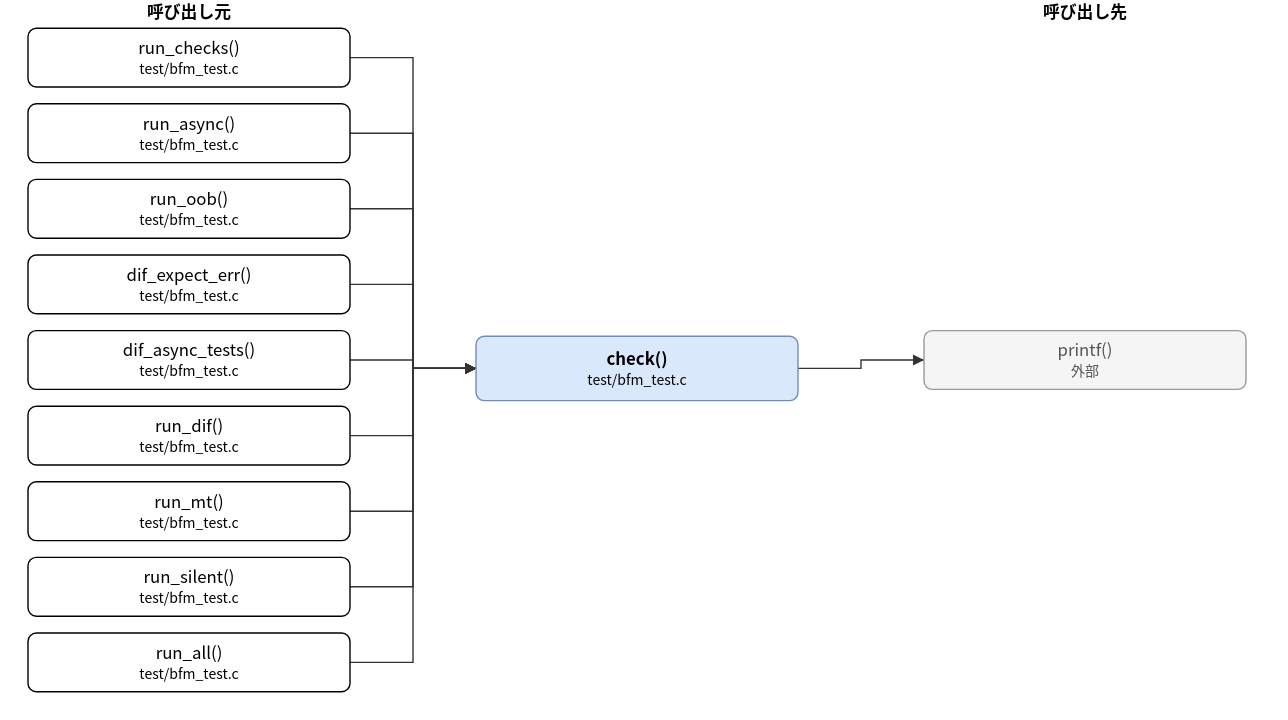
This is doc/spec/images/call_test_bfm_test-check.drawio.svg from hf355051012-ai/bfmem, a draw.io export, as it was before one commit. Source tidied: cells renumbered, new cells last; positions are measured from the earlier drawing's top-left corner, leaving out a move shared by most shapes.
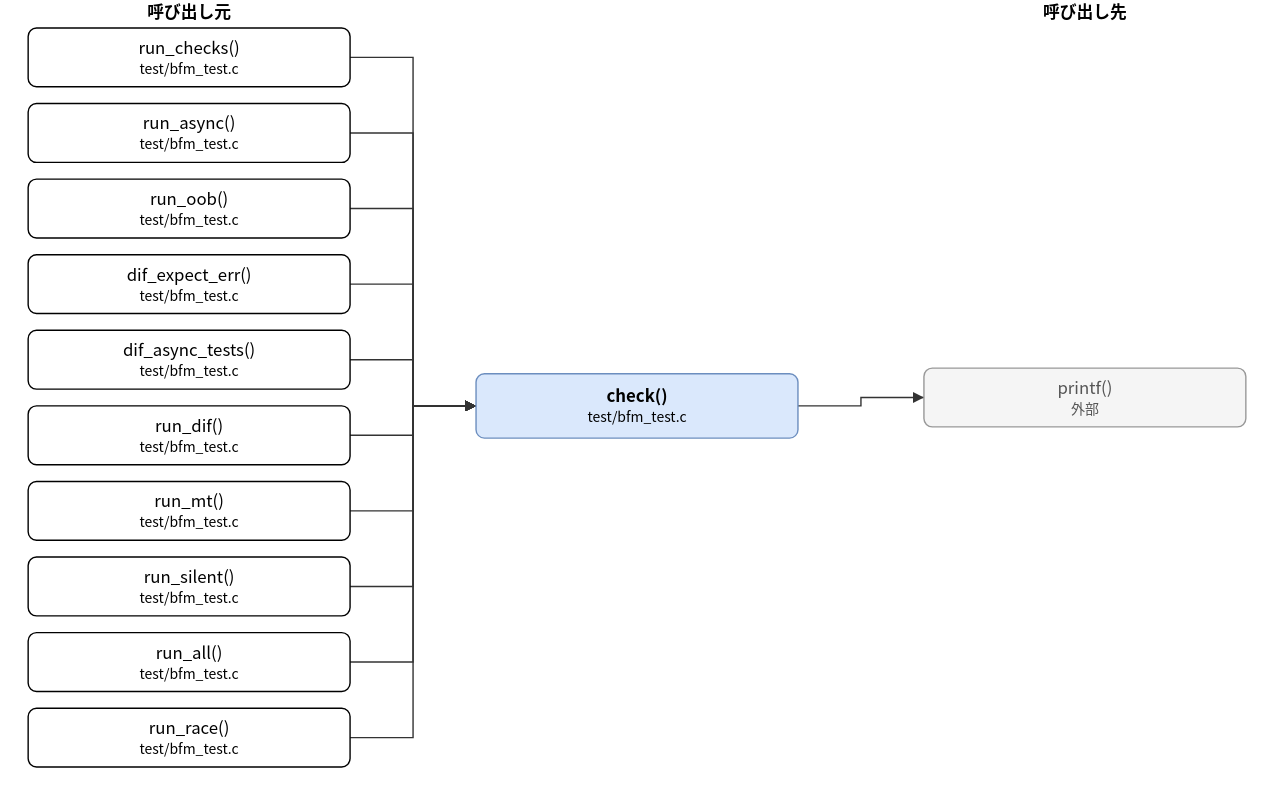
Above is the later version.

Change to the diagram source:
```diff
@@ -3,7 +3,7 @@
     <mxCell id="0" />
     <mxCell id="1" parent="0" />
     <mxCell id="2" value="check()&lt;br&gt;&lt;font style=&quot;font-size:10px&quot;&gt;test/bfm_test.c&lt;/font&gt;" style="rounded=1;whiteSpace=wrap;html=1;fillColor=#dae8fc;strokeColor=#6c8ebf;fontStyle=1;" parent="1" vertex="1">
-      <mxGeometry x="320" y="240" width="230" height="46" as="geometry" />
+      <mxGeometry x="320" y="267" width="230" height="46" as="geometry" />
     </mxCell>
     <mxCell id="3" value="run_checks()&lt;br&gt;&lt;font style=&quot;font-size:10px&quot;&gt;test/bfm_test.c&lt;/font&gt;" style="rounded=1;whiteSpace=wrap;html=1;" parent="1" vertex="1">
       <mxGeometry y="20" width="230" height="42" as="geometry" />
@@ -32,14 +32,17 @@
     <mxCell id="11" value="run_all()&lt;br&gt;&lt;font style=&quot;font-size:10px&quot;&gt;test/bfm_test.c&lt;/font&gt;" style="rounded=1;whiteSpace=wrap;html=1;" parent="1" vertex="1">
       <mxGeometry y="452" width="230" height="42" as="geometry" />
     </mxCell>
+    <mxCell id="25" value="run_race()&lt;br&gt;&lt;font style=&quot;font-size:10px&quot;&gt;test/bfm_test.c&lt;/font&gt;" style="rounded=1;whiteSpace=wrap;html=1;" parent="1" vertex="1">
+      <mxGeometry y="506" width="230" height="42" as="geometry" />
+    </mxCell>
     <mxCell id="12" value="printf()&lt;br&gt;&lt;font style=&quot;font-size:10px&quot;&gt;外部&lt;/font&gt;" style="rounded=1;whiteSpace=wrap;html=1;fillColor=#f5f5f5;strokeColor=#999999;fontColor=#555555;" parent="1" vertex="1">
-      <mxGeometry x="640" y="236" width="230" height="42" as="geometry" />
+      <mxGeometry x="640" y="263" width="230" height="42" as="geometry" />
     </mxCell>
     <mxCell id="13" style="edgeStyle=none;html=1;rounded=0;endArrow=block;endFill=1;exitX=1.0000;exitY=0.5000;exitDx=0;exitDy=0;exitPerimeter=0;entryX=0.0000;entryY=0.5000;entryDx=0;entryDy=0;entryPerimeter=0;" parent="1" edge="1" source="3" target="2">
       <mxGeometry relative="1" as="geometry">
         <Array as="points">
           <mxPoint x="275" y="41" />
-          <mxPoint x="275" y="263" />
+          <mxPoint x="275" y="290" />
         </Array>
       </mxGeometry>
     </mxCell>
@@ -47,7 +50,7 @@
       <mxGeometry relative="1" as="geometry">
         <Array as="points">
           <mxPoint x="275" y="95" />
-          <mxPoint x="275" y="263" />
+          <mxPoint x="275" y="290" />
         </Array>
       </mxGeometry>
     </mxCell>
@@ -55,7 +58,7 @@
       <mxGeometry relative="1" as="geometry">
         <Array as="points">
           <mxPoint x="275" y="149" />
-          <mxPoint x="275" y="263" />
+          <mxPoint x="275" y="290" />
         </Array>
       </mxGeometry>
     </mxCell>
@@ -63,7 +66,7 @@
       <mxGeometry relative="1" as="geometry">
         <Array as="points">
           <mxPoint x="275" y="203" />
-          <mxPoint x="275" y="263" />
+          <mxPoint x="275" y="290" />
         </Array>
       </mxGeometry>
     </mxCell>
@@ -71,7 +74,7 @@
       <mxGeometry relative="1" as="geometry">
         <Array as="points">
           <mxPoint x="275" y="257" />
-          <mxPoint x="275" y="263" />
+          <mxPoint x="275" y="290" />
         </Array>
       </mxGeometry>
     </mxCell>
@@ -79,7 +82,7 @@
       <mxGeometry relative="1" as="geometry">
         <Array as="points">
           <mxPoint x="275" y="311" />
-          <mxPoint x="275" y="263" />
+          <mxPoint x="275" y="290" />
         </Array>
       </mxGeometry>
     </mxCell>
@@ -87,7 +90,7 @@
       <mxGeometry relative="1" as="geometry">
         <Array as="points">
           <mxPoint x="275" y="365" />
-          <mxPoint x="275" y="263" />
+          <mxPoint x="275" y="290" />
         </Array>
       </mxGeometry>
     </mxCell>
@@ -95,7 +98,7 @@
       <mxGeometry relative="1" as="geometry">
         <Array as="points">
           <mxPoint x="275" y="419" />
-          <mxPoint x="275" y="263" />
+          <mxPoint x="275" y="290" />
         </Array>
       </mxGeometry>
     </mxCell>
@@ -103,18 +106,26 @@
       <mxGeometry relative="1" as="geometry">
         <Array as="points">
           <mxPoint x="275" y="473" />
-          <mxPoint x="275" y="263" />
+          <mxPoint x="275" y="290" />
         </Array>
       </mxGeometry>
     </mxCell>
-    <mxCell id="22" style="edgeStyle=none;html=1;rounded=0;endArrow=block;endFill=1;exitX=1.0000;exitY=0.5000;exitDx=0;exitDy=0;exitPerimeter=0;entryX=0.0000;entryY=0.5000;entryDx=0;entryDy=0;entryPerimeter=0;" parent="1" edge="1" source="2" target="12">
+    <mxCell id="22" style="edgeStyle=none;html=1;rounded=0;endArrow=block;endFill=1;exitX=1.0000;exitY=0.5000;exitDx=0;exitDy=0;exitPerimeter=0;entryX=0.0000;entryY=0.5000;entryDx=0;entryDy=0;entryPerimeter=0;" parent="1" edge="1" source="25" target="2">
       <mxGeometry relative="1" as="geometry">
         <Array as="points">
-          <mxPoint x="595" y="263" />
-          <mxPoint x="595" y="257" />
+          <mxPoint x="275" y="527" />
+          <mxPoint x="275" y="290" />
         </Array>
       </mxGeometry>
     </mxCell>
+    <mxCell id="26" style="edgeStyle=none;html=1;rounded=0;endArrow=block;endFill=1;exitX=1.0000;exitY=0.5000;exitDx=0;exitDy=0;exitPerimeter=0;entryX=0.0000;entryY=0.5000;entryDx=0;entryDy=0;entryPerimeter=0;" parent="1" edge="1" source="2" target="12">
+      <mxGeometry relative="1" as="geometry">
+        <Array as="points">
+          <mxPoint x="595" y="290" />
+          <mxPoint x="595" y="284" />
+        </Array>
+      </mxGeometry>
+    </mxCell>
     <mxCell id="23" value="呼び出し元" style="text;html=1;align=center;fontStyle=1;" parent="1" vertex="1">
       <mxGeometry x="35" width="160" height="18" as="geometry" />
     </mxCell>
```
